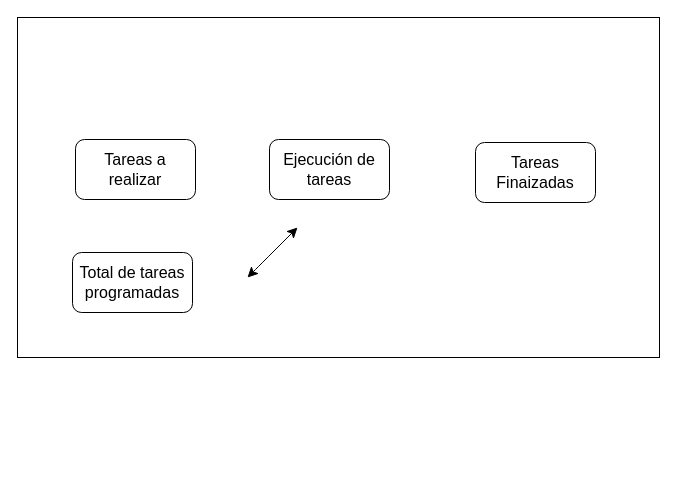
This is page "Página-1" (1 of 2) of ModelosTaller8Simulacion.drawio from EstebanGitPro/AdminFinanazas, a draw.io file, before an edit. Source tidied: cells renumbered, new cells numbered last; positions are measured from the earlier drawing's top-left corner, leaving out a move shared by most shapes. Both pictures are drawn from the tidied source at 100%, with x=0, y=0 at pixel (17, 17).
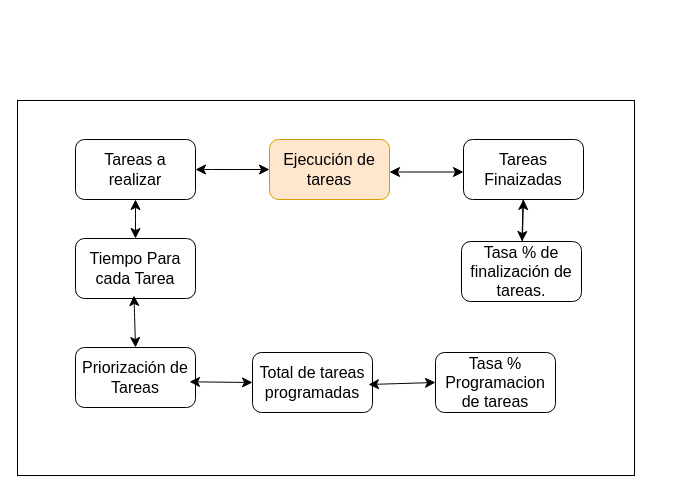
The same page after the edit.

The change refers to these unchanged cells:
```xml
<mxCell id="5" value="Tareas a realizar" style="rounded=1;whiteSpace=wrap;html=1;fontSize=16;" parent="1" vertex="1">
  <mxGeometry x="58" y="122" width="120" height="60" as="geometry" />
</mxCell>
```

Change to the diagram source:
```diff
@@
     <mxCell id="2" style="rounded=0;whiteSpace=wrap;html=1;fontSize=16;" parent="1" vertex="1">
-      <mxGeometry width="642" height="340" as="geometry" />
+      <mxGeometry y="83" width="617" height="375" as="geometry" />
     </mxCell>
-    <mxCell id="3" value="Ejecución de tareas" style="rounded=1;whiteSpace=wrap;html=1;fontSize=16;" parent="1" vertex="1">
+    <mxCell id="3" value="Ejecución de tareas" style="rounded=1;whiteSpace=wrap;html=1;fontSize=16;fillColor=#ffe6cc;strokeColor=#d79b00;" parent="1" vertex="1">
       <mxGeometry x="252" y="122" width="120" height="60" as="geometry" />
     </mxCell>
+    <mxCell id="8" style="edgeStyle=none;curved=1;rounded=0;jettySize=auto;html=1;fontSize=12;startSize=8;endSize=8;" parent="1" edge="1" source="4" target="18">
+      <mxGeometry relative="1" as="geometry" />
+    </mxCell>
     <mxCell id="4" value="Tareas Finaizadas" style="rounded=1;whiteSpace=wrap;html=1;fontSize=16;" parent="1" vertex="1">
-      <mxGeometry x="458" y="125" width="120" height="60" as="geometry" />
+      <mxGeometry x="446" y="122" width="120" height="60" as="geometry" />
     </mxCell>
@@
     <mxCell id="6" value="Total de tareas programadas" style="rounded=1;whiteSpace=wrap;html=1;fontSize=16;" parent="1" vertex="1">
-      <mxGeometry x="55" y="235" width="120" height="60" as="geometry" />
+      <mxGeometry x="235" y="335" width="120" height="60" as="geometry" />
     </mxCell>
-    <mxCell id="7" style="endArrow=classic;startArrow=classic;html=1;rounded=0;fontSize=12;startSize=8;endSize=8;curved=1;" parent="1" edge="1">
-      <mxGeometry relative="1" as="geometry">
-        <mxPoint x="230" y="260" as="sourcePoint" />
-        <mxPoint x="280" y="210" as="targetPoint" />
-      </mxGeometry>
+    <mxCell id="7" style="endArrow=classic;startArrow=classic;html=1;rounded=0;fontSize=12;startSize=8;endSize=8;curved=1;entryX=0;entryY=0.5;entryDx=0;entryDy=0;exitX=1;exitY=0.5;exitDx=0;exitDy=0;" parent="1" edge="1" source="5" target="3">
+      <mxGeometry relative="1" as="geometry" />
     </mxCell>
+    <mxCell id="9" style="endArrow=classic;startArrow=classic;html=1;rounded=0;fontSize=12;startSize=8;endSize=8;curved=1;entryX=0;entryY=0.5;entryDx=0;entryDy=0;exitX=1;exitY=0.5;exitDx=0;exitDy=0;" parent="1" edge="1">
+      <mxGeometry relative="1" as="geometry">
+        <mxPoint x="372" y="154.5" as="sourcePoint" />
+        <mxPoint x="446" y="154.5" as="targetPoint" />
+      </mxGeometry>
+    </mxCell>
+    <mxCell id="10" value="Priorización de Tareas" style="rounded=1;whiteSpace=wrap;html=1;fontSize=16;" parent="1" vertex="1">
+      <mxGeometry x="58" y="330" width="120" height="60" as="geometry" />
+    </mxCell>
+    <mxCell id="11" value="Tiempo Para cada Tarea" style="rounded=1;whiteSpace=wrap;html=1;fontSize=16;" parent="1" vertex="1">
+      <mxGeometry x="58" y="221" width="120" height="60" as="geometry" />
+    </mxCell>
+    <mxCell id="12" value="Tasa % Programacion de tareas" style="rounded=1;whiteSpace=wrap;html=1;fontSize=16;" parent="1" vertex="1">
+      <mxGeometry x="418" y="335" width="120" height="60" as="geometry" />
+    </mxCell>
+    <mxCell id="13" style="endArrow=classic;startArrow=classic;html=1;rounded=0;fontSize=12;startSize=8;endSize=8;curved=1;entryX=0;entryY=0.5;entryDx=0;entryDy=0;exitX=1;exitY=0.5;exitDx=0;exitDy=0;" parent="1" edge="1" target="6">
+      <mxGeometry relative="1" as="geometry">
+        <mxPoint x="172" y="364.3" as="sourcePoint" />
+      </mxGeometry>
+    </mxCell>
+    <mxCell id="14" style="endArrow=classic;startArrow=classic;html=1;rounded=0;fontSize=12;startSize=8;endSize=8;curved=1;entryX=0;entryY=0.5;entryDx=0;entryDy=0;exitX=1;exitY=0.5;exitDx=0;exitDy=0;" parent="1" edge="1" target="12">
+      <mxGeometry relative="1" as="geometry">
+        <mxPoint x="351" y="367" as="sourcePoint" />
+      </mxGeometry>
+    </mxCell>
+    <mxCell id="15" style="endArrow=classic;startArrow=classic;html=1;rounded=0;fontSize=12;startSize=8;endSize=8;curved=1;entryX=0.5;entryY=0;entryDx=0;entryDy=0;exitX=0.5;exitY=1;exitDx=0;exitDy=0;" parent="1" edge="1" source="5" target="11">
+      <mxGeometry relative="1" as="geometry" />
+    </mxCell>
+    <mxCell id="16" style="endArrow=classic;startArrow=classic;html=1;rounded=0;fontSize=12;startSize=8;endSize=8;curved=1;entryX=0.5;entryY=0;entryDx=0;entryDy=0;exitX=0.5;exitY=1;exitDx=0;exitDy=0;" parent="1" edge="1" target="10">
+      <mxGeometry relative="1" as="geometry">
+        <mxPoint x="116.5" y="278" as="sourcePoint" />
+      </mxGeometry>
+    </mxCell>
+    <mxCell id="17" style="edgeStyle=none;curved=1;rounded=0;jettySize=auto;html=1;entryX=0.5;entryY=1;entryDx=0;entryDy=0;fontSize=12;startSize=8;endSize=8;" parent="1" edge="1" source="18" target="4">
+      <mxGeometry relative="1" as="geometry" />
+    </mxCell>
+    <mxCell id="18" value="Tasa % de finalización de tareas." style="rounded=1;whiteSpace=wrap;html=1;fontSize=16;" parent="1" vertex="1">
+      <mxGeometry x="444" y="224" width="120" height="60" as="geometry" />
+    </mxCell>
```
